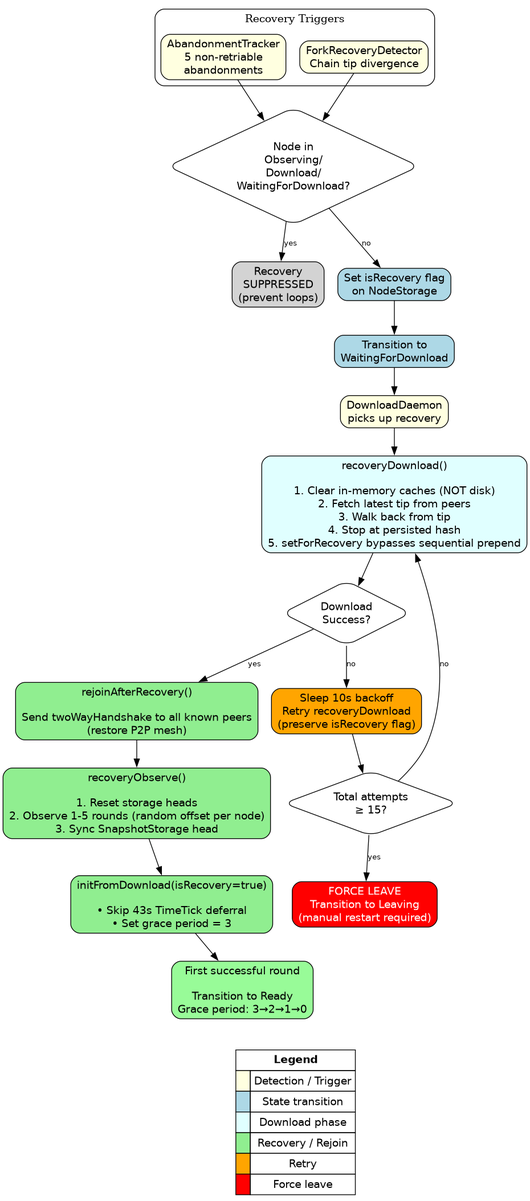
The Graphviz diagram docs/consensus/diagrams/recovery-decision-tree.png in Constellation-Labs/tessellation, before a commit. Its source is kept beside it as docs/consensus/diagrams/recovery-decision-tree.dot.
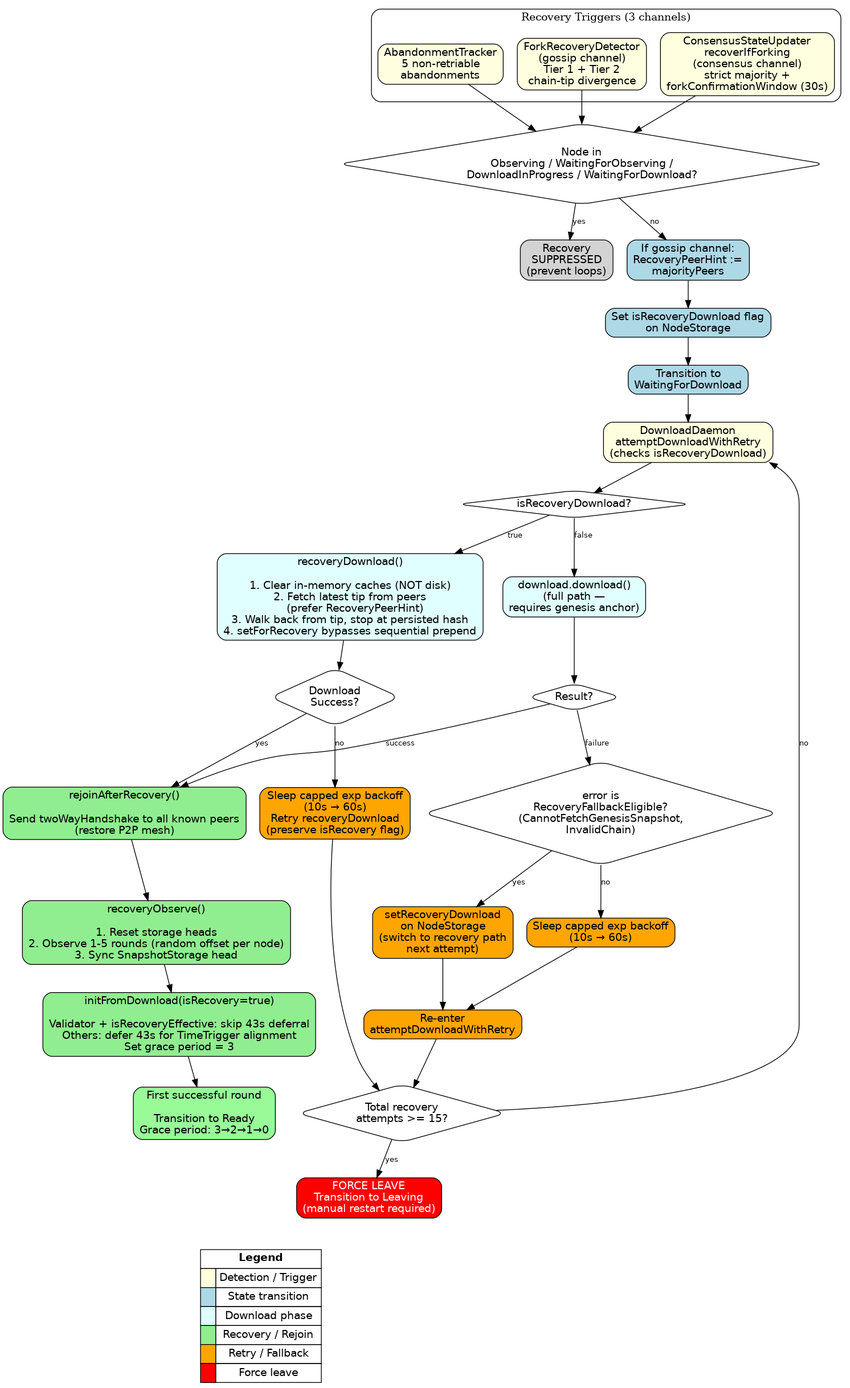
The same diagram one commit later.

The edit, as a diff of the source:
```diff
@@ -5,25 +5,30 @@
     edge [fontname="Helvetica", fontsize=10];
 
     subgraph cluster_triggers {
-        label="Recovery Triggers";
+        label="Recovery Triggers (3 channels)";
         style=rounded;
         fillcolor="lightyellow";
 
         AbandonTrigger [label="AbandonmentTracker\n5 non-retriable\nabandonments", style="rounded,filled", fillcolor="lightyellow"];
-        ForkTrigger [label="ForkRecoveryDetector\nChain tip divergence", style="rounded,filled", fillcolor="lightyellow"];
+        ForkTrigger [label="ForkRecoveryDetector\n(gossip channel)\nTier 1 + Tier 2\nchain-tip divergence", style="rounded,filled", fillcolor="lightyellow"];
+        ConsensusForkTrigger [label="ConsensusStateUpdater\nrecoverIfForking\n(consensus channel)\nstrict majority +\nforkConfirmationWindow (30s)", style="rounded,filled", fillcolor="lightyellow"];
     }
 
-    StateGuard [shape=diamond, label="Node in\nObserving/\nDownload/\nWaitingForDownload?"];
+    StateGuard [shape=diamond, label="Node in\nObserving / WaitingForObserving /\nDownloadInProgress / WaitingForDownload?"];
 
     AbandonTrigger -> StateGuard;
     ForkTrigger -> StateGuard;
+    ConsensusForkTrigger -> StateGuard;
 
     StateGuard -> Suppressed [label="yes"];
     Suppressed [label="Recovery\nSUPPRESSED\n(prevent loops)", style="rounded,filled", fillcolor="lightgray"];
 
-    StateGuard -> SetFlag [label="no"];
+    StateGuard -> SetHint [label="no"];
 
-    SetFlag [label="Set isRecovery flag\non NodeStorage", style="rounded,filled", fillcolor="lightblue"];
+    SetHint [label="If gossip channel:\nRecoveryPeerHint :=\nmajorityPeers", style="rounded,filled", fillcolor="lightblue"];
+    SetHint -> SetFlag;
+
+    SetFlag [label="Set isRecoveryDownload flag\non NodeStorage", style="rounded,filled", fillcolor="lightblue"];
 
     SetFlag -> Transition;
 
@@ -31,26 +36,50 @@
 
     Transition -> DownloadDaemon;
 
-    DownloadDaemon [label="DownloadDaemon\npicks up recovery", style="rounded,filled", fillcolor="lightyellow"];
+    DownloadDaemon [label="DownloadDaemon\nattemptDownloadWithRetry\n(checks isRecoveryDownload)", style="rounded,filled", fillcolor="lightyellow"];
 
-    DownloadDaemon -> RecoveryDownload;
+    DownloadDaemon -> PathChoice;
 
-    RecoveryDownload [label="recoveryDownload()\n\n1. Clear in-memory caches (NOT disk)\n2. Fetch latest tip from peers\n3. Walk back from tip\n4. Stop at persisted hash\n5. setForRecovery bypasses sequential prepend", style="rounded,filled", fillcolor="lightcyan"];
+    PathChoice [shape=diamond, label="isRecoveryDownload?"];
+
+    PathChoice -> RecoveryDownload [label="true"];
+    PathChoice -> FullDownload [label="false"];
+
+    FullDownload [label="download.download()\n(full path —\nrequires genesis anchor)", style="rounded,filled", fillcolor="lightcyan"];
+    FullDownload -> FullResult;
+
+    FullResult [shape=diamond, label="Result?"];
+    FullResult -> Rejoin [label="success"];
+    FullResult -> FallbackCheck [label="failure"];
+
+    FallbackCheck [shape=diamond, label="error is\nRecoveryFallbackEligible?\n(CannotFetchGenesisSnapshot,\nInvalidChain)"];
+    FallbackCheck -> SetFallback [label="yes"];
+    FallbackCheck -> RetryFull [label="no"];
+
+    SetFallback [label="setRecoveryDownload\non NodeStorage\n(switch to recovery path\nnext attempt)", style="rounded,filled", fillcolor="orange"];
+    SetFallback -> Backoff;
+
+    RetryFull [label="Sleep capped exp backoff\n(10s → 60s)", style="rounded,filled", fillcolor="orange"];
+    RetryFull -> Backoff;
+    Backoff [label="Re-enter\nattemptDownloadWithRetry", style="rounded,filled", fillcolor="orange"];
+    Backoff -> CheckTotalAttempts;
+
+    RecoveryDownload [label="recoveryDownload()\n\n1. Clear in-memory caches (NOT disk)\n2. Fetch latest tip from peers\n   (prefer RecoveryPeerHint)\n3. Walk back from tip, stop at persisted hash\n4. setForRecovery bypasses sequential prepend", style="rounded,filled", fillcolor="lightcyan"];
 
     RecoveryDownload -> DownloadResult;
 
     DownloadResult [shape=diamond, label="Download\nSuccess?"];
 
     DownloadResult -> Rejoin [label="yes"];
-    DownloadResult -> DownloadRetry [label="no"];
+    DownloadResult -> RecoveryRetry [label="no"];
 
-    DownloadRetry [label="Sleep 10s backoff\nRetry recoveryDownload\n(preserve isRecovery flag)", style="rounded,filled", fillcolor="orange"];
-    DownloadRetry -> CheckTotalAttempts;
+    RecoveryRetry [label="Sleep capped exp backoff\n(10s → 60s)\nRetry recoveryDownload\n(preserve isRecovery flag)", style="rounded,filled", fillcolor="orange"];
+    RecoveryRetry -> CheckTotalAttempts;
 
-    CheckTotalAttempts [shape=diamond, label="Total attempts\n≥ 15?"];
+    CheckTotalAttempts [shape=diamond, label="Total recovery\nattempts >= 15?"];
 
     CheckTotalAttempts -> ForceLeave [label="yes"];
-    CheckTotalAttempts -> RecoveryDownload [label="no"];
+    CheckTotalAttempts -> DownloadDaemon [label="no"];
 
     ForceLeave [label="FORCE LEAVE\nTransition to Leaving\n(manual restart required)", style="rounded,filled", fillcolor="red", fontcolor="white"];
 
@@ -62,7 +91,7 @@
 
     RecoveryObserve -> InitFromDownload;
 
-    InitFromDownload [label="initFromDownload(isRecovery=true)\n\n• Skip 43s TimeTick deferral\n• Set grace period = 3", style="rounded,filled", fillcolor="lightgreen"];
+    InitFromDownload [label="initFromDownload(isRecovery=true)\n\nValidator + isRecoveryEffective: skip 43s deferral\nOthers: defer 43s for TimeTrigger alignment\nSet grace period = 3", style="rounded,filled", fillcolor="lightgreen"];
 
     InitFromDownload -> FirstRound;
 
@@ -75,7 +104,7 @@
         <TR><TD BGCOLOR="lightblue">  </TD><TD>State transition</TD></TR>
         <TR><TD BGCOLOR="lightcyan">  </TD><TD>Download phase</TD></TR>
         <TR><TD BGCOLOR="lightgreen">  </TD><TD>Recovery / Rejoin</TD></TR>
-        <TR><TD BGCOLOR="orange">  </TD><TD>Retry</TD></TR>
+        <TR><TD BGCOLOR="orange">  </TD><TD>Retry / Fallback</TD></TR>
         <TR><TD BGCOLOR="red">  </TD><TD>Force leave</TD></TR>
         </TABLE>
     >];
```
